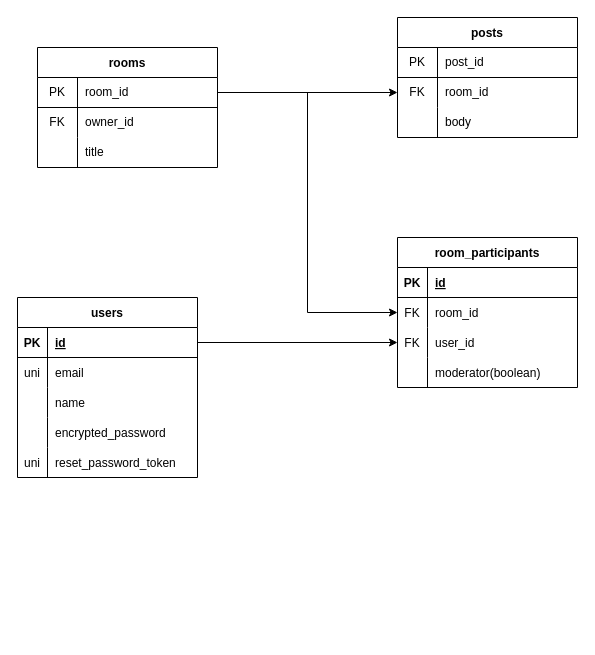
Before: EntryRelation.drawio in Terufuji3/ANONIM, a draw.io diagram. Source tidied: cells renumbered, new cells numbered last; positions are measured from the earlier drawing's top-left corner, leaving out a move shared by most shapes. Both pictures are drawn from the tidied source at 100%, with x=0, y=0 at pixel (7, 17).
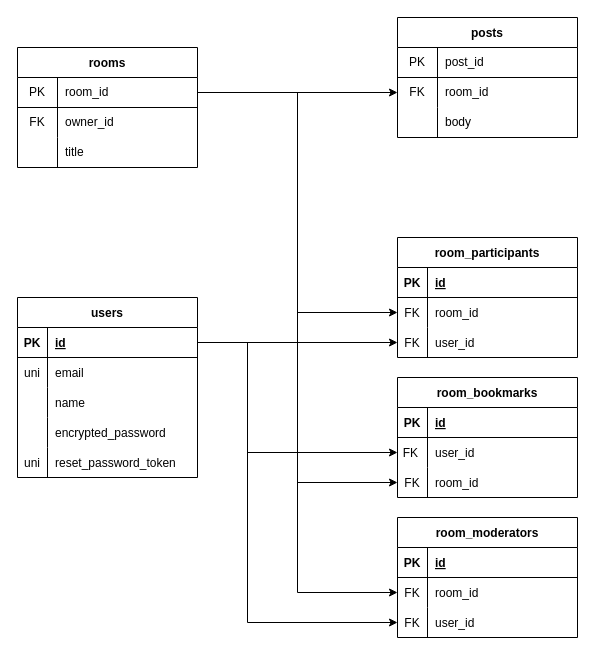
After the change.

Commit message:
EntryRelation.drawio を更新します

Unchanged cells that the change refers to:
```xml
<mxCell id="3" style="shape=partialRectangle;html=1;whiteSpace=wrap;fillColor=none;top=0;left=0;bottom=1;right=0;points=[[0,0.5],[1,0.5]];portConstraint=eastwest;" parent="2" vertex="1">
  <mxGeometry y="30" width="180" height="30" as="geometry" />
</mxCell>
<mxCell id="25" style="shape=tableRow;horizontal=0;startSize=0;swimlaneHead=0;swimlaneBody=0;fillColor=none;points=[[0,0.5],[1,0.5]];portConstraint=eastwest;top=0;left=0;right=0;bottom=1;" parent="24" vertex="1">
  <mxGeometry y="30" width="180" height="30" as="geometry" />
</mxCell>
```

Change to the diagram source:
```diff
@@
     <mxCell id="2" value="rooms" style="shape=table;startSize=30;childLayout=tableLayout;rowLines=0;fontStyle=1;align=center;" parent="1" vertex="1">
-      <mxGeometry x="30" y="30" width="180" height="120" as="geometry" />
+      <mxGeometry x="10" y="30" width="180" height="120" as="geometry" />
     </mxCell>
@@
     <mxCell id="40" value="room_participants" style="shape=table;startSize=30;childLayout=tableLayout;rowLines=0;fontStyle=1;align=center;" parent="1" vertex="1">
-      <mxGeometry x="390" y="220" width="180" height="150" as="geometry" />
+      <mxGeometry x="390" y="220" width="180" height="120" as="geometry" />
     </mxCell>
@@
-    <mxCell id="50" style="shape=tableRow;horizontal=0;startSize=0;swimlaneHead=0;swimlaneBody=0;fillColor=none;top=0;left=0;right=0;bottom=0;" parent="40" vertex="1">
-      <mxGeometry y="120" width="180" height="30" as="geometry" />
-    </mxCell>
-    <mxCell id="51" style="shape=partialRectangle;fillColor=none;top=0;left=0;bottom=0;right=0;overflow=hidden;" parent="50" vertex="1">
-      <mxGeometry width="30" height="30" as="geometry" />
-    </mxCell>
-    <mxCell id="52" value="moderator(boolean)" style="shape=partialRectangle;fillColor=none;top=0;left=0;bottom=0;right=0;align=left;spacingLeft=6;overflow=hidden;" parent="50" vertex="1">
-      <mxGeometry x="30" width="150" height="30" as="geometry" />
-    </mxCell>
@@
+    <mxCell id="55" value="room_bookmarks" style="shape=table;startSize=30;childLayout=tableLayout;rowLines=0;fontStyle=1;align=center;" parent="1" vertex="1">
+      <mxGeometry x="390" y="360" width="180" height="120" as="geometry" />
+    </mxCell>
+    <mxCell id="56" style="shape=tableRow;horizontal=0;startSize=0;swimlaneHead=0;swimlaneBody=0;fillColor=none;top=0;left=0;right=0;bottom=1;" parent="55" vertex="1">
+      <mxGeometry y="30" width="180" height="30" as="geometry" />
+    </mxCell>
+    <mxCell id="57" value="PK" style="shape=partialRectangle;fillColor=none;top=0;left=0;bottom=0;right=0;fontStyle=1;overflow=hidden;" parent="56" vertex="1">
+      <mxGeometry width="30" height="30" as="geometry" />
+    </mxCell>
+    <mxCell id="58" value="id" style="shape=partialRectangle;fillColor=none;top=0;left=0;bottom=0;right=0;align=left;spacingLeft=6;fontStyle=5;overflow=hidden;" parent="56" vertex="1">
+      <mxGeometry x="30" width="150" height="30" as="geometry" />
+    </mxCell>
+    <mxCell id="59" style="shape=tableRow;horizontal=0;startSize=0;swimlaneHead=0;swimlaneBody=0;fillColor=none;points=[[0,0.5],[1,0.5]];portConstraint=eastwest;top=0;left=0;right=0;bottom=0;" parent="55" vertex="1">
+      <mxGeometry y="60" width="180" height="30" as="geometry" />
+    </mxCell>
+    <mxCell id="60" value="FK " style="shape=partialRectangle;fillColor=none;top=0;left=0;bottom=0;right=0;overflow=hidden;" parent="59" vertex="1">
+      <mxGeometry width="30" height="30" as="geometry" />
+    </mxCell>
+    <mxCell id="61" value="user_id" style="shape=partialRectangle;fillColor=none;top=0;left=0;bottom=0;right=0;align=left;spacingLeft=6;overflow=hidden;" parent="59" vertex="1">
+      <mxGeometry x="30" width="150" height="30" as="geometry" />
+    </mxCell>
+    <mxCell id="62" style="shape=tableRow;horizontal=0;startSize=0;swimlaneHead=0;swimlaneBody=0;fillColor=none;points=[[0,0.5],[1,0.5]];portConstraint=eastwest;top=0;left=0;right=0;bottom=0;" parent="55" vertex="1">
+      <mxGeometry y="90" width="180" height="30" as="geometry" />
+    </mxCell>
+    <mxCell id="63" value="FK" style="shape=partialRectangle;fillColor=none;top=0;left=0;bottom=0;right=0;overflow=hidden;" parent="62" vertex="1">
+      <mxGeometry width="30" height="30" as="geometry" />
+    </mxCell>
+    <mxCell id="64" value="room_id" style="shape=partialRectangle;fillColor=none;top=0;left=0;bottom=0;right=0;align=left;spacingLeft=6;overflow=hidden;" parent="62" vertex="1">
+      <mxGeometry x="30" width="150" height="30" as="geometry" />
+    </mxCell>
+    <mxCell id="65" style="edgeStyle=orthogonalEdgeStyle;rounded=0;jettySize=auto;html=1;exitX=1;exitY=0.5;exitDx=0;exitDy=0;" parent="1" edge="1" source="3" target="62">
+      <mxGeometry relative="1" as="geometry" />
+    </mxCell>
+    <mxCell id="66" style="edgeStyle=orthogonalEdgeStyle;rounded=0;jettySize=auto;html=1;exitX=1;exitY=0.5;exitDx=0;exitDy=0;" parent="1" edge="1" source="25" target="59">
+      <mxGeometry relative="1" as="geometry">
+        <Array as="points">
+          <mxPoint x="240" y="325" />
+          <mxPoint x="240" y="435" />
+        </Array>
+      </mxGeometry>
+    </mxCell>
+    <mxCell id="67" value="room_moderators" style="shape=table;startSize=30;childLayout=tableLayout;rowLines=0;fontStyle=1;align=center;" parent="1" vertex="1">
+      <mxGeometry x="390" y="500" width="180" height="120" as="geometry" />
+    </mxCell>
+    <mxCell id="68" style="shape=tableRow;horizontal=0;startSize=0;swimlaneHead=0;swimlaneBody=0;fillColor=none;top=0;left=0;right=0;bottom=1;" parent="67" vertex="1">
+      <mxGeometry y="30" width="180" height="30" as="geometry" />
+    </mxCell>
+    <mxCell id="69" value="PK" style="shape=partialRectangle;fillColor=none;top=0;left=0;bottom=0;right=0;fontStyle=1;overflow=hidden;" parent="68" vertex="1">
+      <mxGeometry width="30" height="30" as="geometry" />
+    </mxCell>
+    <mxCell id="70" value="id" style="shape=partialRectangle;fillColor=none;top=0;left=0;bottom=0;right=0;align=left;spacingLeft=6;fontStyle=5;overflow=hidden;" parent="68" vertex="1">
+      <mxGeometry x="30" width="150" height="30" as="geometry" />
+    </mxCell>
+    <mxCell id="71" style="shape=tableRow;horizontal=0;startSize=0;swimlaneHead=0;swimlaneBody=0;fillColor=none;points=[[0,0.5],[1,0.5]];portConstraint=eastwest;top=0;left=0;right=0;bottom=0;" parent="67" vertex="1">
+      <mxGeometry y="60" width="180" height="30" as="geometry" />
+    </mxCell>
+    <mxCell id="72" value="FK" style="shape=partialRectangle;fillColor=none;top=0;left=0;bottom=0;right=0;overflow=hidden;" parent="71" vertex="1">
+      <mxGeometry width="30" height="30" as="geometry" />
+    </mxCell>
+    <mxCell id="73" value="room_id" style="shape=partialRectangle;fillColor=none;top=0;left=0;bottom=0;right=0;align=left;spacingLeft=6;overflow=hidden;" parent="71" vertex="1">
+      <mxGeometry x="30" width="150" height="30" as="geometry" />
+    </mxCell>
+    <mxCell id="74" style="shape=tableRow;horizontal=0;startSize=0;swimlaneHead=0;swimlaneBody=0;fillColor=none;points=[[0,0.5],[1,0.5]];portConstraint=eastwest;top=0;left=0;right=0;bottom=0;" parent="67" vertex="1">
+      <mxGeometry y="90" width="180" height="30" as="geometry" />
+    </mxCell>
+    <mxCell id="75" value="FK" style="shape=partialRectangle;fillColor=none;top=0;left=0;bottom=0;right=0;overflow=hidden;" parent="74" vertex="1">
+      <mxGeometry width="30" height="30" as="geometry" />
+    </mxCell>
+    <mxCell id="76" value="user_id" style="shape=partialRectangle;fillColor=none;top=0;left=0;bottom=0;right=0;align=left;spacingLeft=6;overflow=hidden;" parent="74" vertex="1">
+      <mxGeometry x="30" width="150" height="30" as="geometry" />
+    </mxCell>
+    <mxCell id="77" style="edgeStyle=orthogonalEdgeStyle;rounded=0;jettySize=auto;html=1;exitX=1;exitY=0.5;exitDx=0;exitDy=0;" parent="1" edge="1" source="3" target="71">
+      <mxGeometry relative="1" as="geometry" />
+    </mxCell>
+    <mxCell id="78" style="edgeStyle=orthogonalEdgeStyle;rounded=0;jettySize=auto;html=1;exitX=1;exitY=0.5;exitDx=0;exitDy=0;" parent="1" edge="1" source="25" target="74">
+      <mxGeometry relative="1" as="geometry">
+        <Array as="points">
+          <mxPoint x="240" y="325" />
+          <mxPoint x="240" y="605" />
+        </Array>
+      </mxGeometry>
+    </mxCell>
```
